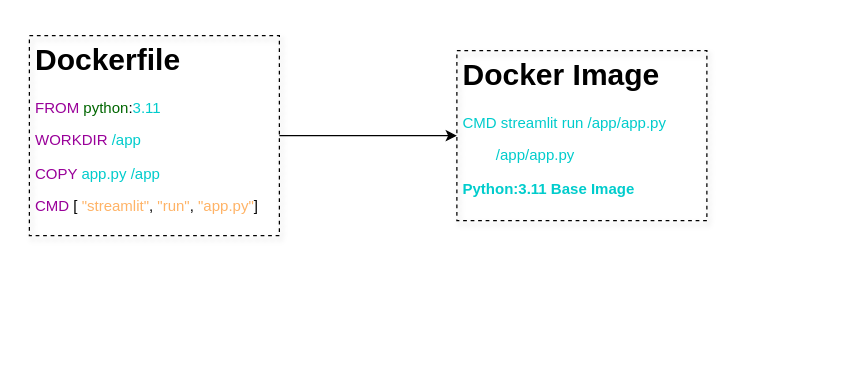
Above: deployment_architecture.drawio in LNshuti/pop-density-maps (draw.io), before the change. Source tidied: cells renumbered, new cells numbered last; positions are measured from the earlier drawing's top-left corner, leaving out a move shared by most shapes. Both pictures are drawn from the tidied source at 125%, with x=0, y=0 at pixel (29, 35).
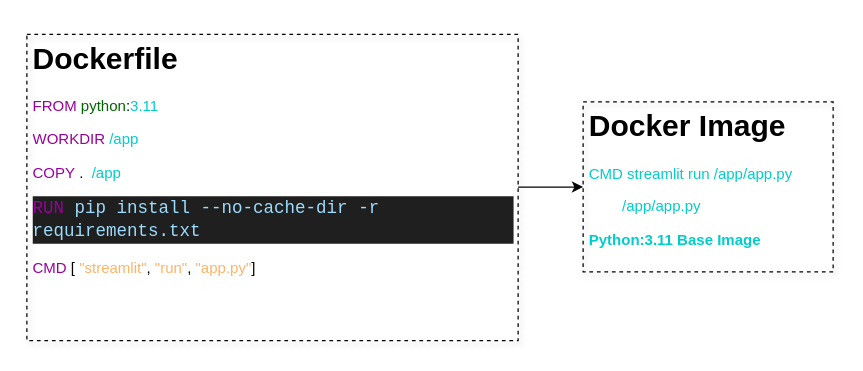
The same page after the edit.

Commit message (it also covers changes not shown here):
clean architecture diag

Change to the diagram source:
```diff
@@
 <mxGraphModel>
   <root>
     <mxCell id="0" />
     <mxCell id="1" parent="0" />
     <mxCell id="2" style="edgeStyle=none;html=1;fontColor=#FFB366;" parent="1" edge="1" source="3" target="4">
       <mxGeometry relative="1" as="geometry" />
     </mxCell>
-    <mxCell id="3" value="&lt;h1&gt;Dockerfile&lt;/h1&gt;&lt;p&gt;&lt;font color=&quot;#990099&quot;&gt;FROM&lt;/font&gt; &lt;font color=&quot;#006600&quot;&gt;python&lt;/font&gt;:&lt;font color=&quot;#00cccc&quot;&gt;3.11&lt;/font&gt;&lt;/p&gt;&lt;p&gt;&lt;font color=&quot;#990099&quot;&gt;WORKDIR&lt;/font&gt; &lt;font color=&quot;#00cccc&quot;&gt;/app&lt;/font&gt;&lt;/p&gt;&lt;p&gt;&lt;font color=&quot;#990099&quot;&gt;COPY&lt;/font&gt; &lt;font color=&quot;#00cccc&quot;&gt;app.py /app&lt;/font&gt;&lt;/p&gt;&lt;p&gt;&lt;font color=&quot;#990099&quot;&gt;CMD&lt;/font&gt; [ &lt;font color=&quot;#ffb366&quot;&gt;&quot;streamlit&quot;&lt;/font&gt;, &lt;font color=&quot;#ffb366&quot;&gt;&quot;run&quot;&lt;/font&gt;, &lt;font color=&quot;#ffb366&quot;&gt;&quot;app.py&quot;&lt;/font&gt;]&lt;/p&gt;" style="text;html=1;strokeColor=default;fillColor=none;spacing=5;spacingTop=-20;whiteSpace=wrap;overflow=hidden;rounded=0;shadow=1;dashed=1;" parent="1" vertex="1">
-      <mxGeometry width="200" height="160" as="geometry" />
+    <mxCell id="3" value="&lt;h1&gt;Dockerfile&lt;/h1&gt;&lt;p&gt;&lt;font color=&quot;#990099&quot;&gt;FROM&lt;/font&gt; &lt;font color=&quot;#006600&quot;&gt;python&lt;/font&gt;:&lt;font color=&quot;#00cccc&quot;&gt;3.11&lt;/font&gt;&lt;/p&gt;&lt;p&gt;&lt;font color=&quot;#990099&quot;&gt;WORKDIR&lt;/font&gt; &lt;font color=&quot;#00cccc&quot;&gt;/app&lt;/font&gt;&lt;/p&gt;&lt;p&gt;&lt;font color=&quot;#990099&quot;&gt;COPY&lt;/font&gt;&amp;nbsp;.&amp;nbsp;&lt;font color=&quot;#00cccc&quot;&gt;&amp;nbsp;/app&lt;/font&gt;&lt;/p&gt;&lt;div style=&quot;background-color: rgb(31, 31, 31); font-family: Consolas, &amp;quot;Courier New&amp;quot;, monospace; font-size: 14px; line-height: 19px;&quot;&gt;&lt;div style=&quot;&quot;&gt;&lt;font color=&quot;#990099&quot;&gt;RUN&lt;/font&gt; &lt;span style=&quot;color: rgb(156, 220, 254);&quot;&gt;pip&lt;/span&gt; &lt;span style=&quot;color: rgb(156, 220, 254);&quot;&gt;install&lt;/span&gt; &lt;span style=&quot;color: rgb(156, 220, 254);&quot;&gt;--no-cache-dir&lt;/span&gt; &lt;span style=&quot;color: rgb(156, 220, 254);&quot;&gt;-r&lt;/span&gt; &lt;span style=&quot;color: rgb(156, 220, 254);&quot;&gt;requirements.txt&lt;/span&gt;&lt;/div&gt;&lt;/div&gt;&lt;p&gt;&lt;font color=&quot;#990099&quot;&gt;CMD&lt;/font&gt; [ &lt;font color=&quot;#ffb366&quot;&gt;&quot;streamlit&quot;&lt;/font&gt;, &lt;font color=&quot;#ffb366&quot;&gt;&quot;run&quot;&lt;/font&gt;, &lt;font color=&quot;#ffb366&quot;&gt;&quot;app.py&quot;&lt;/font&gt;]&lt;/p&gt;" style="text;html=1;strokeColor=default;fillColor=none;spacing=5;spacingTop=-20;whiteSpace=wrap;overflow=hidden;rounded=0;shadow=1;dashed=1;" parent="1" vertex="1">
+      <mxGeometry x="-2" y="-1" width="393" height="245" as="geometry" />
     </mxCell>
     <mxCell id="4" value="&lt;h1&gt;Docker Image&lt;/h1&gt;&lt;p&gt;&lt;font color=&quot;#00cccc&quot; style=&quot;background-color: initial;&quot;&gt;CMD streamlit run /app/app.py&lt;/font&gt;&lt;br&gt;&lt;/p&gt;&lt;p&gt;&lt;font color=&quot;#00cccc&quot;&gt;&lt;span style=&quot;white-space: pre;&quot;&gt;&#9;&lt;/span&gt;/app/app.py&amp;nbsp;&lt;/font&gt;&lt;/p&gt;&lt;p&gt;&lt;b style=&quot;background-color: initial;&quot;&gt;&lt;font color=&quot;#00cccc&quot;&gt;Python:3.11 Base Image&lt;/font&gt;&lt;/b&gt;&lt;/p&gt;" style="text;html=1;strokeColor=default;fillColor=none;spacing=5;spacingTop=-20;whiteSpace=wrap;overflow=hidden;rounded=0;shadow=1;dashed=1;" parent="1" vertex="1">
-      <mxGeometry x="342" y="12" width="200" height="136" as="geometry" />
+      <mxGeometry x="443" y="53" width="200" height="136" as="geometry" />
     </mxCell>
   </root>
 </mxGraphModel>
```
